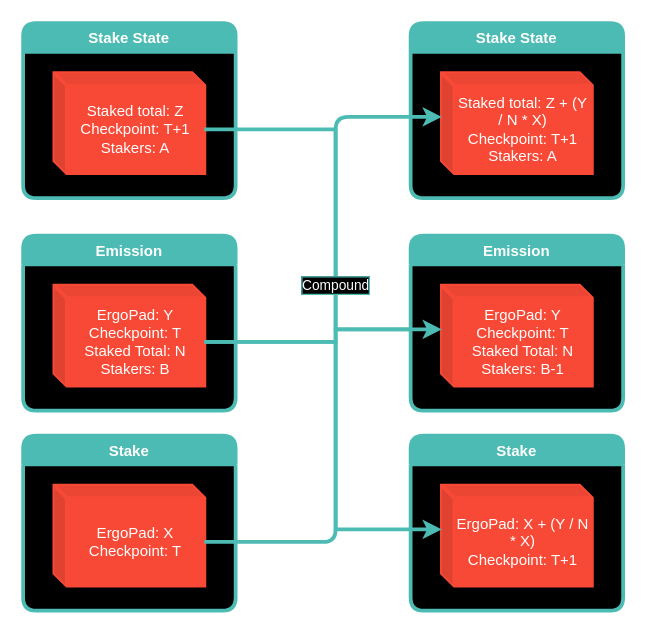
The draw.io diagram app/contracts/images/staking-compound.drawio in ergopad/ergopad-api, before the edit. Source tidied: cells renumbered, new cells numbered last; positions are measured from the earlier drawing's top-left corner, leaving out a move shared by most shapes. Both pictures are drawn from the tidied source at 125%, with x=0, y=0 at pixel (22, 22).
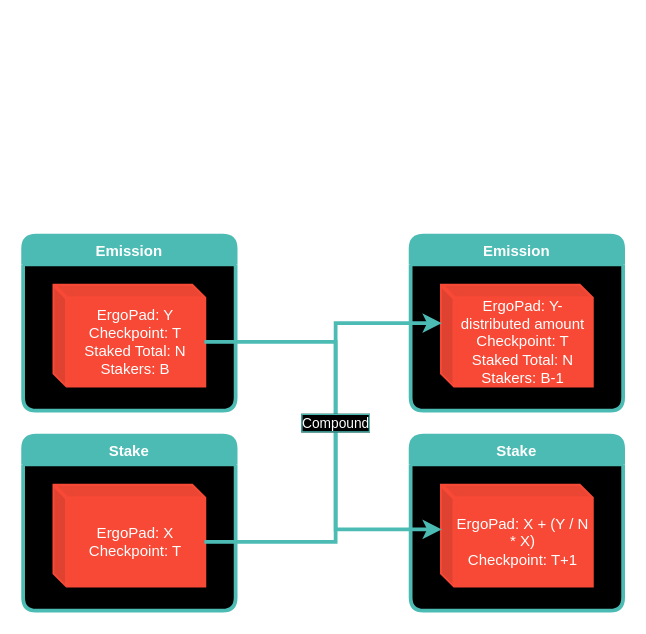
Above is the later version.

The change refers to these unchanged cells:
```xml
<mxCell id="3" value="ErgoPad: X&lt;br&gt;Checkpoint: T" style="shape=cube;whiteSpace=wrap;html=1;boundedLbl=1;backgroundOutline=1;darkOpacity=0.05;darkOpacity2=0.1;rounded=1;labelBorderColor=none;fontColor=#FFFFFF;strokeColor=#F84936;strokeWidth=3;fillColor=#F84936;size=10;" parent="2" vertex="1">
  <mxGeometry x="25" y="40" width="120" height="80" as="geometry" />
</mxCell>
<mxCell id="7" value="ErgoPad: Y&lt;br&gt;Checkpoint: T&lt;br&gt;Staked Total: N&lt;br&gt;Stakers: B" style="shape=cube;whiteSpace=wrap;html=1;boundedLbl=1;backgroundOutline=1;darkOpacity=0.05;darkOpacity2=0.1;rounded=1;labelBorderColor=none;fontColor=#FFFFFF;strokeColor=#F84936;strokeWidth=3;fillColor=#F84936;size=10;" parent="6" vertex="1">
  <mxGeometry x="25" y="40" width="120" height="80" as="geometry" />
</mxCell>
<mxCell id="14" value="Emission" style="swimlane;fillColor=#4CBBB4;swimlaneLine=1;rounded=1;swimlaneFillColor=#000000;fontColor=#FFFFFF;labelBorderColor=none;strokeColor=#4CBBB4;strokeWidth=3;" parent="1" vertex="1">
  <mxGeometry x="310" y="170" width="170" height="140" as="geometry" />
</mxCell>
```

Change to the diagram source:
```diff
@@
-    <mxCell id="4" value="Stake State" style="swimlane;fillColor=#4CBBB4;swimlaneLine=1;rounded=1;swimlaneFillColor=#000000;fontColor=#FFFFFF;labelBorderColor=none;strokeColor=#4CBBB4;strokeWidth=3;" parent="1" vertex="1">
-      <mxGeometry width="170" height="140" as="geometry" />
-    </mxCell>
-    <mxCell id="5" value="Staked total: Z&lt;br&gt;Checkpoint: T+1&lt;br&gt;Stakers: A" style="shape=cube;whiteSpace=wrap;html=1;boundedLbl=1;backgroundOutline=1;darkOpacity=0.05;darkOpacity2=0.1;rounded=1;labelBorderColor=none;fontColor=#FFFFFF;strokeColor=#F84936;strokeWidth=3;fillColor=#F84936;size=10;" parent="4" vertex="1">
-      <mxGeometry x="25" y="40" width="120" height="80" as="geometry" />
-    </mxCell>
@@
-    <mxCell id="10" value="Stake State" style="swimlane;fillColor=#4CBBB4;swimlaneLine=1;rounded=1;swimlaneFillColor=#000000;fontColor=#FFFFFF;labelBorderColor=none;strokeColor=#4CBBB4;strokeWidth=3;" parent="1" vertex="1">
-      <mxGeometry x="310" width="170" height="140" as="geometry" />
-    </mxCell>
-    <mxCell id="11" value="Staked total: Z + (Y / N * X)&lt;br&gt;Checkpoint: T+1&lt;br&gt;Stakers: A" style="shape=cube;whiteSpace=wrap;html=1;boundedLbl=1;backgroundOutline=1;darkOpacity=0.05;darkOpacity2=0.1;rounded=1;labelBorderColor=none;fontColor=#FFFFFF;strokeColor=#F84936;strokeWidth=3;fillColor=#F84936;size=10;" parent="10" vertex="1">
-      <mxGeometry x="25" y="40" width="120" height="80" as="geometry" />
-    </mxCell>
-    <mxCell id="12" style="edgeStyle=orthogonalEdgeStyle;rounded=0;jettySize=auto;html=1;exitX=0;exitY=0;exitDx=120;exitDy=45;exitPerimeter=0;entryX=0;entryY=0;entryDx=0;entryDy=35;entryPerimeter=0;labelBackgroundColor=#000000;labelBorderColor=#4CBBB4;fontColor=#FFFFFF;startArrow=none;startFill=0;endArrow=classic;endFill=1;strokeColor=#4CBBB4;strokeWidth=3;" parent="1" edge="1" source="5" target="15">
-      <mxGeometry relative="1" as="geometry">
-        <Array as="points">
-          <mxPoint x="250" y="85" />
-          <mxPoint x="250" y="245" />
-        </Array>
-      </mxGeometry>
-    </mxCell>
-    <mxCell id="13" value="Compound" style="edgeStyle=orthogonalEdgeStyle;rounded=1;jettySize=auto;html=1;exitX=0;exitY=0;exitDx=120;exitDy=45;exitPerimeter=0;entryX=0;entryY=0;entryDx=0;entryDy=35;entryPerimeter=0;labelBackgroundColor=#000000;strokeColor=#4CBBB4;fontColor=#FFFFFF;labelBorderColor=#4CBBB4;strokeWidth=3;" parent="1" edge="1" source="3" target="11">
-      <mxGeometry x="0.17" relative="1" as="geometry">
-        <Array as="points">
-          <mxPoint x="250" y="415" />
-          <mxPoint x="250" y="75" />
-        </Array>
-      </mxGeometry>
-    </mxCell>
@@
-    <mxCell id="15" value="ErgoPad: Y&lt;br&gt;Checkpoint: T&lt;br&gt;Staked Total: N&lt;br&gt;Stakers: B-1" style="shape=cube;whiteSpace=wrap;html=1;boundedLbl=1;backgroundOutline=1;darkOpacity=0.05;darkOpacity2=0.1;rounded=1;labelBorderColor=none;fontColor=#FFFFFF;strokeColor=#F84936;strokeWidth=3;fillColor=#F84936;size=10;" parent="14" vertex="1">
+    <mxCell id="15" value="ErgoPad: Y-distributed amount&lt;br&gt;Checkpoint: T&lt;br&gt;Staked Total: N&lt;br&gt;Stakers: B-1" style="shape=cube;whiteSpace=wrap;html=1;boundedLbl=1;backgroundOutline=1;darkOpacity=0.05;darkOpacity2=0.1;rounded=1;labelBorderColor=none;fontColor=#FFFFFF;strokeColor=#F84936;strokeWidth=3;fillColor=#F84936;size=10;" parent="14" vertex="1">
       <mxGeometry x="25" y="40" width="120" height="80" as="geometry" />
     </mxCell>
-    <mxCell id="16" style="edgeStyle=orthogonalEdgeStyle;rounded=0;jettySize=auto;html=1;exitX=0;exitY=0;exitDx=120;exitDy=45;exitPerimeter=0;entryX=0;entryY=0;entryDx=0;entryDy=35;entryPerimeter=0;labelBackgroundColor=#000000;labelBorderColor=#4CBBB4;fontColor=#FFFFFF;startArrow=none;startFill=0;endArrow=classic;endFill=1;strokeColor=#4CBBB4;strokeWidth=3;" parent="1" edge="1" source="7" target="15">
-      <mxGeometry relative="1" as="geometry">
-        <Array as="points">
-          <mxPoint x="250" y="255" />
-          <mxPoint x="250" y="245" />
-        </Array>
-      </mxGeometry>
-    </mxCell>
+    <mxCell id="18" style="edgeStyle=orthogonalEdgeStyle;rounded=0;jettySize=auto;html=1;exitX=0;exitY=0;exitDx=120;exitDy=45;exitPerimeter=0;labelBackgroundColor=#000000;labelBorderColor=#4CBBB4;fontColor=#FFFFFF;startArrow=none;startFill=0;endArrow=classic;endFill=1;strokeColor=#4CBBB4;strokeWidth=3;" parent="1" edge="1" source="3">
+      <mxGeometry relative="1" as="geometry">
+        <mxPoint x="335" y="240" as="targetPoint" />
+        <Array as="points">
+          <mxPoint x="250" y="415" />
+          <mxPoint x="250" y="240" />
+          <mxPoint x="335" y="240" />
+        </Array>
+      </mxGeometry>
+    </mxCell>
-    <mxCell id="17" style="edgeStyle=orthogonalEdgeStyle;rounded=0;jettySize=auto;html=1;exitX=0;exitY=0;exitDx=120;exitDy=45;exitPerimeter=0;labelBackgroundColor=#000000;labelBorderColor=#4CBBB4;fontColor=#FFFFFF;startArrow=none;startFill=0;endArrow=classic;endFill=1;strokeColor=#4CBBB4;strokeWidth=3;" parent="1" edge="1" source="7">
+    <mxCell id="17" value="Compound" style="edgeStyle=orthogonalEdgeStyle;rounded=0;jettySize=auto;html=1;exitX=0;exitY=0;exitDx=120;exitDy=45;exitPerimeter=0;labelBackgroundColor=#000000;labelBorderColor=#4CBBB4;fontColor=#FFFFFF;startArrow=none;startFill=0;endArrow=classic;endFill=1;strokeColor=#4CBBB4;strokeWidth=3;" parent="1" edge="1" source="7">
       <mxGeometry relative="1" as="geometry">
         <mxPoint x="335" y="405" as="targetPoint" />
         <Array as="points">
           <mxPoint x="250" y="255" />
           <mxPoint x="250" y="405" />
         </Array>
       </mxGeometry>
     </mxCell>
```
